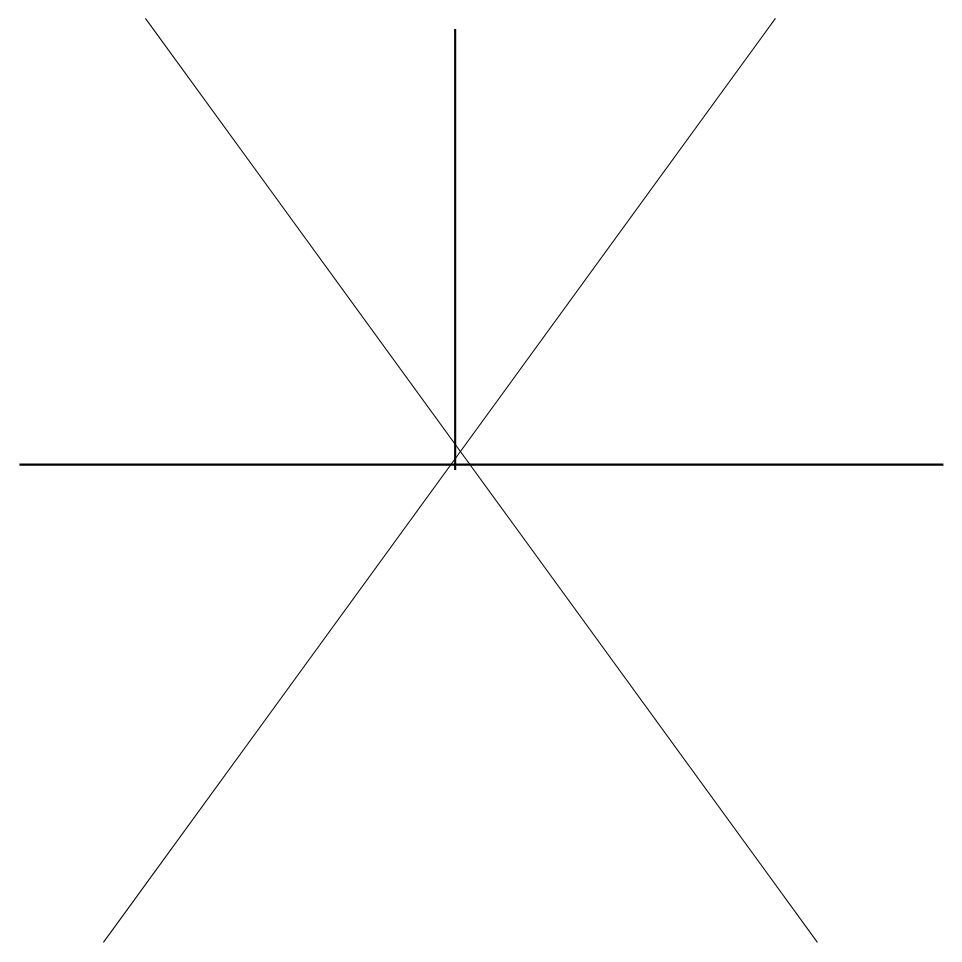
The draw.io diagram Untitled Diagram.drawio in catatwork217/madness-thematic-map.draw, before the edit. Source tidied: cells renumbered, new cells numbered last; positions are measured from the earlier drawing's top-left corner, leaving out a move shared by most shapes. Both pictures are drawn from the tidied source at 105%, with x=0, y=0 at pixel (19, 18).
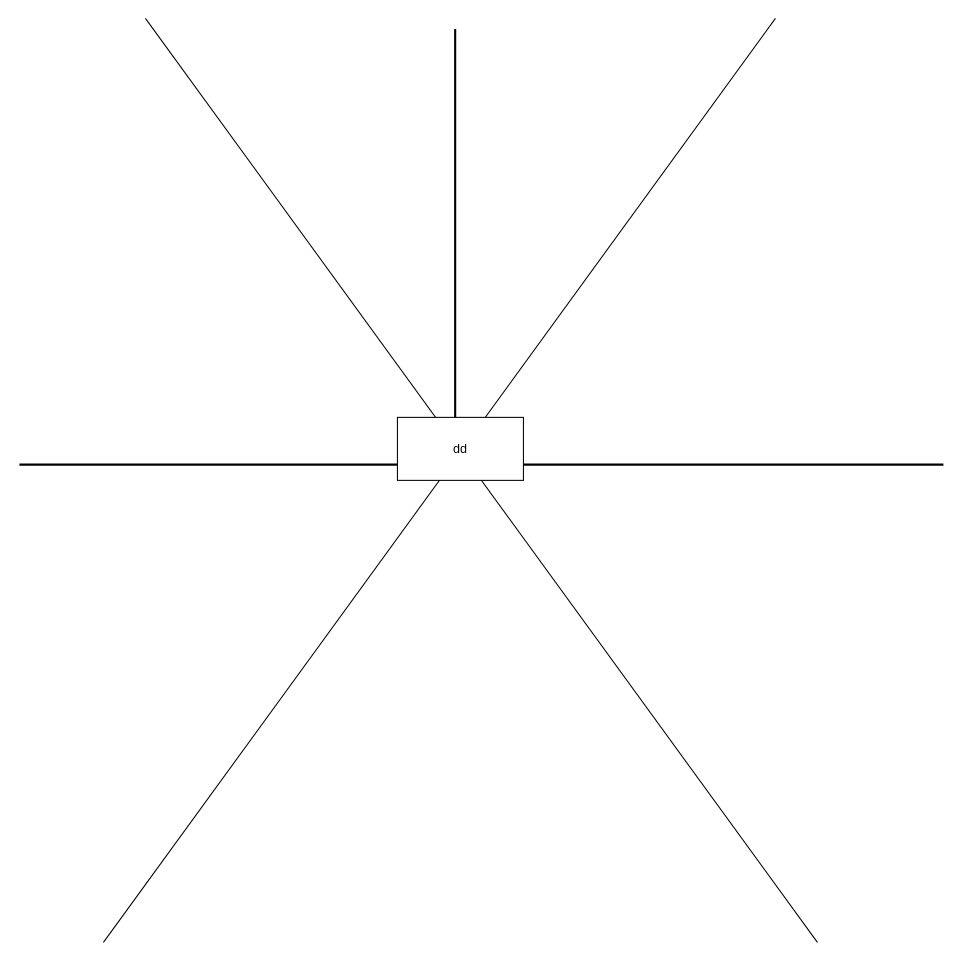
Above is the later version.

Diff of the diagram source:
```diff
@@
 <mxGraphModel>
   <root>
     <mxCell id="0" />
     <mxCell id="1" parent="0" />
     <mxCell id="2" style="endArrow=none;html=1;rounded=0;" parent="1" edge="1">
       <mxGeometry relative="1" as="geometry">
         <mxPoint x="80" y="880" as="sourcePoint" />
         <mxPoint x="720" as="targetPoint" />
       </mxGeometry>
     </mxCell>
     <mxCell id="3" style="endArrow=none;html=1;rounded=0;" parent="1" edge="1">
       <mxGeometry relative="1" as="geometry">
         <mxPoint x="120" as="sourcePoint" />
         <mxPoint x="760" y="880" as="targetPoint" />
       </mxGeometry>
     </mxCell>
     <mxCell id="4" style="line;strokeWidth=2;html=1;" parent="1" vertex="1">
       <mxGeometry y="420" width="880" height="10" as="geometry" />
     </mxCell>
     <mxCell id="5" style="line;strokeWidth=2;direction=south;html=1;" parent="1" vertex="1">
       <mxGeometry x="410" y="10" width="10" height="420" as="geometry" />
     </mxCell>
+    <mxCell id="6" value="dd" style="whiteSpace=wrap;html=1;" parent="1" vertex="1">
+      <mxGeometry x="360" y="380" width="120" height="60" as="geometry" />
+    </mxCell>
   </root>
 </mxGraphModel>
```
